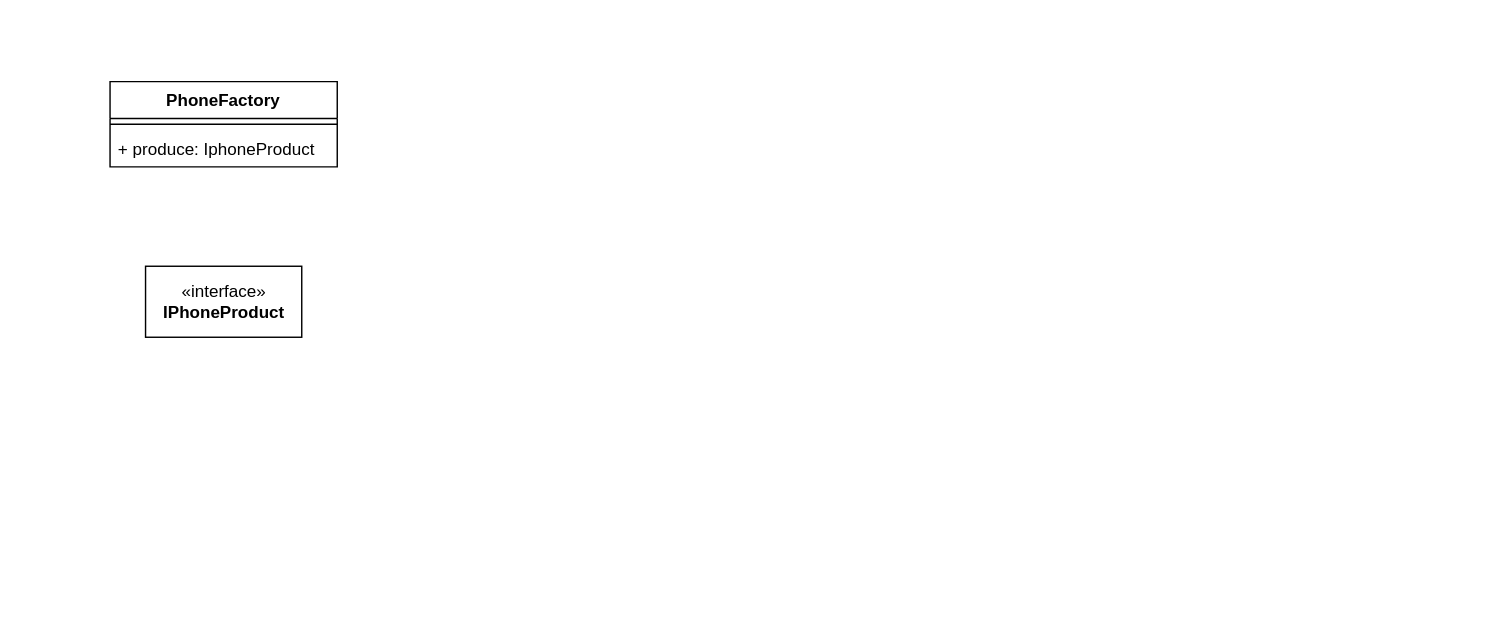
The draw.io diagram 赫桑的算法宝典/2.LeetCode Hot and Interview/4.Design Pattern/Untitled Diagram.drawio in TWDH/Development, before the edit. Source tidied: cells renumbered, new cells numbered last; positions are measured from the earlier drawing's top-left corner, leaving out a move shared by most shapes. Both pictures are drawn from the tidied source at 142%, with x=0, y=0 at pixel (109, 81).
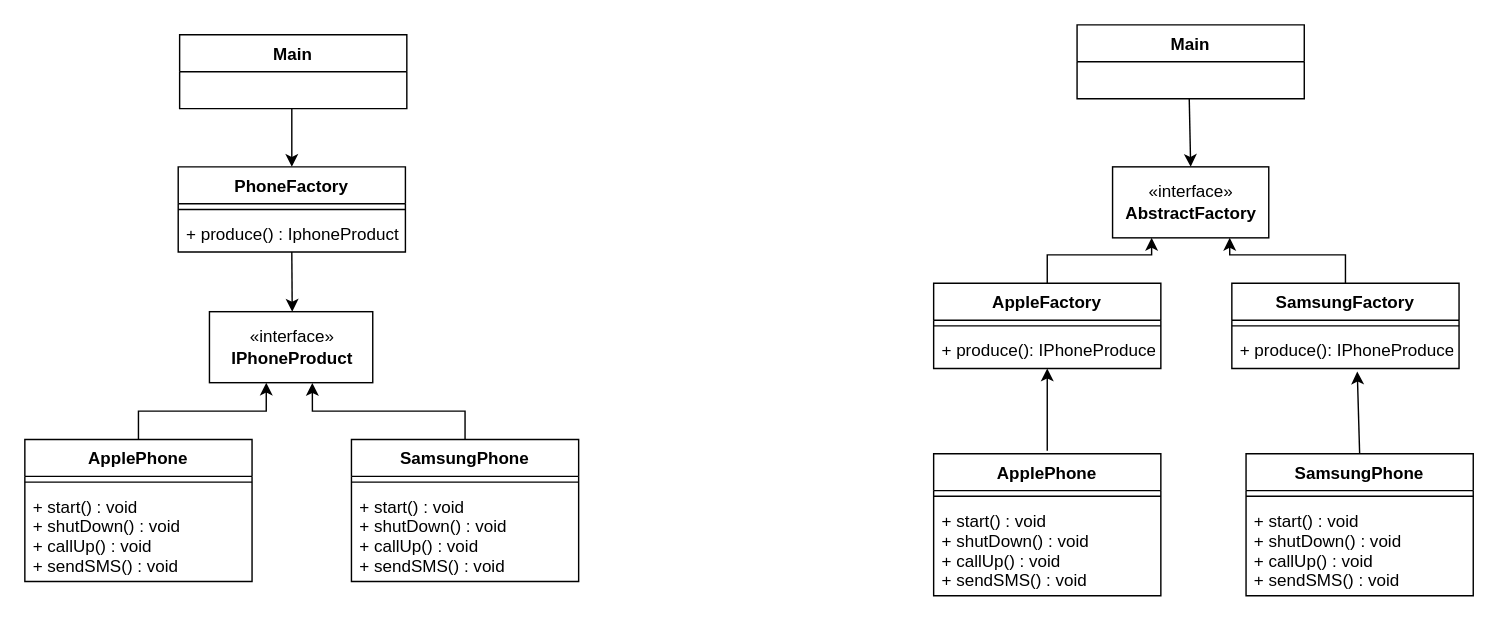
The same diagram, later.

What changed in the source:
```diff
@@
     <mxCell id="2" value="PhoneFactory" style="swimlane;fontStyle=1;align=center;verticalAlign=top;horizontal=1;startSize=26;" parent="1" vertex="1">
-      <mxGeometry width="160" height="60" as="geometry" />
+      <mxGeometry x="48" y="60" width="160" height="60" as="geometry" />
     </mxCell>
@@
-    <mxCell id="4" value="+ produce: IphoneProduct&#10;" style="text;strokeColor=none;fillColor=none;align=left;verticalAlign=top;spacingLeft=4;spacingRight=4;overflow=hidden;" parent="2" vertex="1">
+    <mxCell id="4" value="+ produce() : IphoneProduct&#10;" style="text;strokeColor=none;fillColor=none;align=left;verticalAlign=top;spacingLeft=4;spacingRight=4;overflow=hidden;" parent="2" vertex="1">
       <mxGeometry y="34" width="160" height="26" as="geometry" />
     </mxCell>
+    <mxCell id="6" style="endArrow=classic;html=1;rounded=0;" parent="2" edge="1">
+      <mxGeometry relative="1" as="geometry">
+        <mxPoint x="80" y="60" as="sourcePoint" />
+        <mxPoint x="80.3" y="102" as="targetPoint" />
+      </mxGeometry>
+    </mxCell>
     <mxCell id="5" value="«interface»&lt;br&gt;&lt;b&gt;IPhoneProduct&lt;br&gt;&lt;/b&gt;" style="html=1;" parent="1" vertex="1">
-      <mxGeometry x="25" y="130" width="110" height="50" as="geometry" />
+      <mxGeometry x="70" y="162" width="115" height="50" as="geometry" />
     </mxCell>
+    <mxCell id="7" style="edgeStyle=orthogonalEdgeStyle;rounded=0;jettySize=auto;html=1;entryX=0.348;entryY=1;entryDx=0;entryDy=0;entryPerimeter=0;" parent="1" edge="1" source="8" target="5">
+      <mxGeometry relative="1" as="geometry" />
+    </mxCell>
+    <mxCell id="8" value="ApplePhone" style="swimlane;fontStyle=1;align=center;verticalAlign=top;horizontal=1;startSize=26;" parent="1" vertex="1">
+      <mxGeometry x="-60" y="252" width="160" height="100" as="geometry" />
+    </mxCell>
+    <mxCell id="9" style="line;strokeWidth=1;fillColor=none;align=left;verticalAlign=middle;spacingTop=-1;spacingLeft=3;spacingRight=3;labelPosition=right;" parent="8" vertex="1">
+      <mxGeometry y="26" width="160" height="8" as="geometry" />
+    </mxCell>
+    <mxCell id="10" value="+ start() : void&#10;+ shutDown() : void&#10;+ callUp() : void&#10;+ sendSMS() : void" style="text;strokeColor=none;fillColor=none;align=left;verticalAlign=top;spacingLeft=4;spacingRight=4;overflow=hidden;" parent="8" vertex="1">
+      <mxGeometry y="34" width="160" height="66" as="geometry" />
+    </mxCell>
+    <mxCell id="11" style="edgeStyle=orthogonalEdgeStyle;rounded=0;jettySize=auto;html=1;exitX=0.5;exitY=0;exitDx=0;exitDy=0;entryX=0.63;entryY=1.004;entryDx=0;entryDy=0;entryPerimeter=0;" parent="1" edge="1" source="12" target="5">
+      <mxGeometry relative="1" as="geometry" />
+    </mxCell>
+    <mxCell id="12" value="SamsungPhone" style="swimlane;fontStyle=1;align=center;verticalAlign=top;horizontal=1;startSize=26;" parent="1" vertex="1">
+      <mxGeometry x="170" y="252" width="160" height="100" as="geometry" />
+    </mxCell>
+    <mxCell id="13" style="line;strokeWidth=1;fillColor=none;align=left;verticalAlign=middle;spacingTop=-1;spacingLeft=3;spacingRight=3;labelPosition=right;" parent="12" vertex="1">
+      <mxGeometry y="26" width="160" height="8" as="geometry" />
+    </mxCell>
+    <mxCell id="14" value="+ start() : void&#10;+ shutDown() : void&#10;+ callUp() : void&#10;+ sendSMS() : void" style="text;strokeColor=none;fillColor=none;align=left;verticalAlign=top;spacingLeft=4;spacingRight=4;overflow=hidden;" parent="12" vertex="1">
+      <mxGeometry y="34" width="160" height="66" as="geometry" />
+    </mxCell>
+    <mxCell id="15" value="Main" style="swimlane;fontStyle=1;align=center;verticalAlign=top;horizontal=1;startSize=26;" parent="1" vertex="1">
+      <mxGeometry x="49" y="-33" width="160" height="52" as="geometry" />
+    </mxCell>
+    <mxCell id="16" style="endArrow=classic;html=1;rounded=0;entryX=0.5;entryY=0;entryDx=0;entryDy=0;" parent="15" edge="1" target="2">
+      <mxGeometry relative="1" as="geometry">
+        <mxPoint x="79" y="52" as="sourcePoint" />
+      </mxGeometry>
+    </mxCell>
+    <mxCell id="17" value="Main" style="swimlane;fontStyle=1;align=center;verticalAlign=top;horizontal=1;startSize=26;" parent="1" vertex="1">
+      <mxGeometry x="681" y="-40" width="160" height="52" as="geometry" />
+    </mxCell>
+    <mxCell id="18" style="endArrow=classic;html=1;rounded=0;entryX=0.5;entryY=0;entryDx=0;entryDy=0;" parent="17" edge="1" target="19">
+      <mxGeometry relative="1" as="geometry">
+        <mxPoint x="79" y="52" as="sourcePoint" />
+      </mxGeometry>
+    </mxCell>
+    <mxCell id="19" value="«interface»&lt;br&gt;&lt;b&gt;AbstractFactory&lt;br&gt;&lt;/b&gt;" style="html=1;" parent="1" vertex="1">
+      <mxGeometry x="706" y="60" width="110" height="50" as="geometry" />
+    </mxCell>
+    <mxCell id="20" style="edgeStyle=orthogonalEdgeStyle;rounded=0;jettySize=auto;html=1;entryX=0.25;entryY=1;entryDx=0;entryDy=0;" parent="1" edge="1" source="21" target="19">
+      <mxGeometry relative="1" as="geometry" />
+    </mxCell>
+    <mxCell id="21" value="AppleFactory" style="swimlane;fontStyle=1;align=center;verticalAlign=top;horizontal=1;startSize=26;" parent="1" vertex="1">
+      <mxGeometry x="580" y="142" width="160" height="60" as="geometry" />
+    </mxCell>
+    <mxCell id="22" style="line;strokeWidth=1;fillColor=none;align=left;verticalAlign=middle;spacingTop=-1;spacingLeft=3;spacingRight=3;labelPosition=right;" parent="21" vertex="1">
+      <mxGeometry y="26" width="160" height="8" as="geometry" />
+    </mxCell>
+    <mxCell id="23" value="+ produce(): IPhoneProduce" style="text;strokeColor=none;fillColor=none;align=left;verticalAlign=top;spacingLeft=4;spacingRight=4;overflow=hidden;points=[[0,0.5],[1,0.5]];portConstraint=eastwest;" parent="21" vertex="1">
+      <mxGeometry y="34" width="160" height="26" as="geometry" />
+    </mxCell>
+    <mxCell id="24" style="edgeStyle=orthogonalEdgeStyle;rounded=0;jettySize=auto;html=1;exitX=0.5;exitY=0;exitDx=0;exitDy=0;entryX=0.75;entryY=1;entryDx=0;entryDy=0;" parent="1" edge="1" source="25" target="19">
+      <mxGeometry relative="1" as="geometry" />
+    </mxCell>
+    <mxCell id="25" value="SamsungFactory" style="swimlane;fontStyle=1;align=center;verticalAlign=top;horizontal=1;startSize=26;" parent="1" vertex="1">
+      <mxGeometry x="790" y="142" width="160" height="60" as="geometry" />
+    </mxCell>
+    <mxCell id="26" style="line;strokeWidth=1;fillColor=none;align=left;verticalAlign=middle;spacingTop=-1;spacingLeft=3;spacingRight=3;labelPosition=right;" parent="25" vertex="1">
+      <mxGeometry y="26" width="160" height="8" as="geometry" />
+    </mxCell>
+    <mxCell id="27" value="+ produce(): IPhoneProduce" style="text;strokeColor=none;fillColor=none;align=left;verticalAlign=top;spacingLeft=4;spacingRight=4;overflow=hidden;points=[[0,0.5],[1,0.5]];portConstraint=eastwest;" parent="25" vertex="1">
+      <mxGeometry y="34" width="160" height="26" as="geometry" />
+    </mxCell>
+    <mxCell id="28" value="ApplePhone" style="swimlane;fontStyle=1;align=center;verticalAlign=top;horizontal=1;startSize=26;" parent="1" vertex="1">
+      <mxGeometry x="580" y="262" width="160" height="100" as="geometry" />
+    </mxCell>
+    <mxCell id="29" style="line;strokeWidth=1;fillColor=none;align=left;verticalAlign=middle;spacingTop=-1;spacingLeft=3;spacingRight=3;labelPosition=right;" parent="28" vertex="1">
+      <mxGeometry y="26" width="160" height="8" as="geometry" />
+    </mxCell>
+    <mxCell id="30" value="+ start() : void&#10;+ shutDown() : void&#10;+ callUp() : void&#10;+ sendSMS() : void" style="text;strokeColor=none;fillColor=none;align=left;verticalAlign=top;spacingLeft=4;spacingRight=4;overflow=hidden;" parent="28" vertex="1">
+      <mxGeometry y="34" width="160" height="66" as="geometry" />
+    </mxCell>
+    <mxCell id="31" value="SamsungPhone" style="swimlane;fontStyle=1;align=center;verticalAlign=top;horizontal=1;startSize=26;" parent="1" vertex="1">
+      <mxGeometry x="800" y="262" width="160" height="100" as="geometry" />
+    </mxCell>
+    <mxCell id="32" style="line;strokeWidth=1;fillColor=none;align=left;verticalAlign=middle;spacingTop=-1;spacingLeft=3;spacingRight=3;labelPosition=right;" parent="31" vertex="1">
+      <mxGeometry y="26" width="160" height="8" as="geometry" />
+    </mxCell>
+    <mxCell id="33" value="+ start() : void&#10;+ shutDown() : void&#10;+ callUp() : void&#10;+ sendSMS() : void" style="text;strokeColor=none;fillColor=none;align=left;verticalAlign=top;spacingLeft=4;spacingRight=4;overflow=hidden;" parent="31" vertex="1">
+      <mxGeometry y="34" width="160" height="66" as="geometry" />
+    </mxCell>
+    <mxCell id="34" style="endArrow=classic;html=1;rounded=0;" parent="1" edge="1" target="23">
+      <mxGeometry relative="1" as="geometry">
+        <mxPoint x="660" y="260" as="sourcePoint" />
+      </mxGeometry>
+    </mxCell>
+    <mxCell id="35" style="endArrow=classic;html=1;rounded=0;entryX=0.552;entryY=1.083;entryDx=0;entryDy=0;entryPerimeter=0;exitX=0.5;exitY=0;exitDx=0;exitDy=0;" parent="1" edge="1" source="31" target="27">
+      <mxGeometry relative="1" as="geometry" />
+    </mxCell>
```
